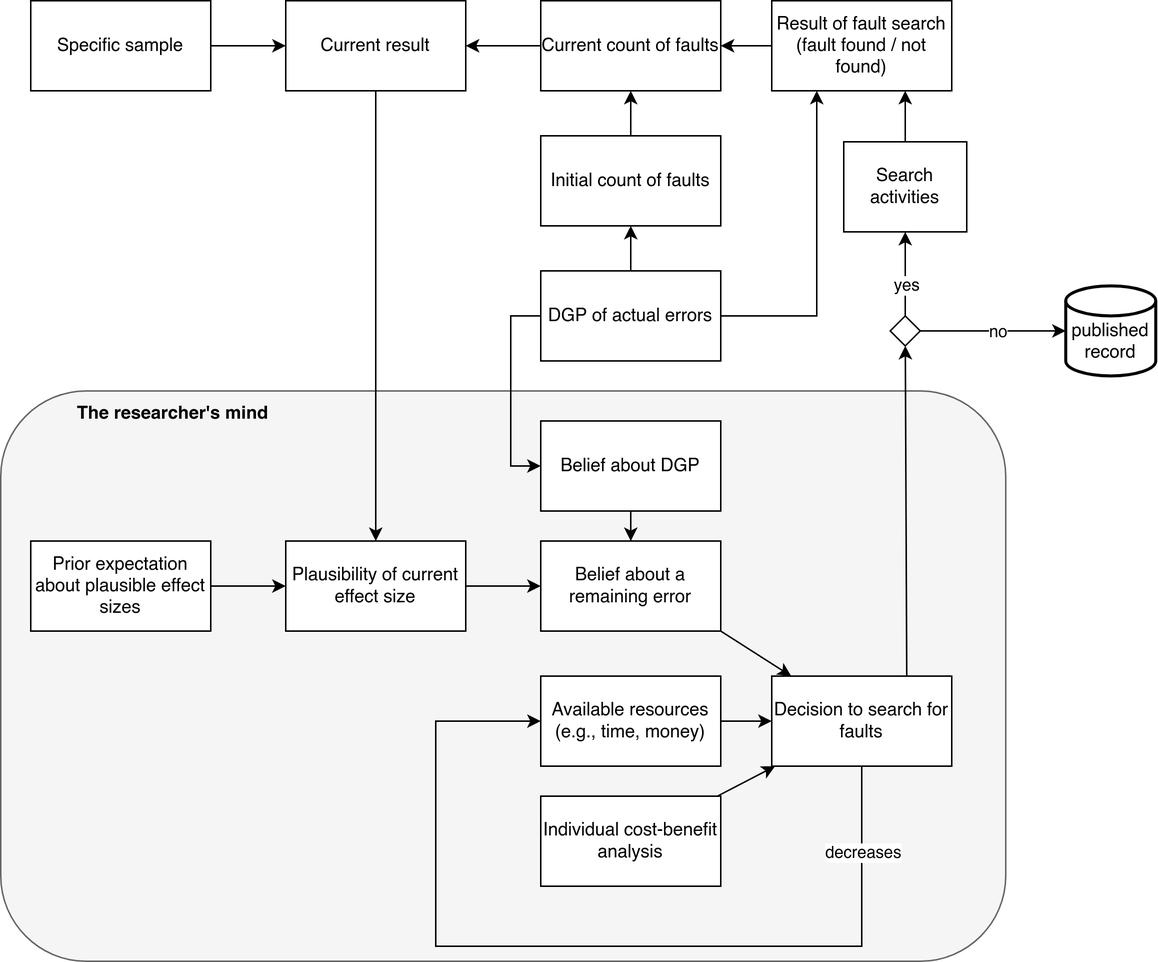
This is scientific_errors_VAST.drawio.png from nicebread/scientific_errors, a draw.io export, as it was before one commit. Source tidied: cells renumbered, new cells last; positions are measured from the earlier drawing's top-left corner, leaving out a move shared by most shapes.
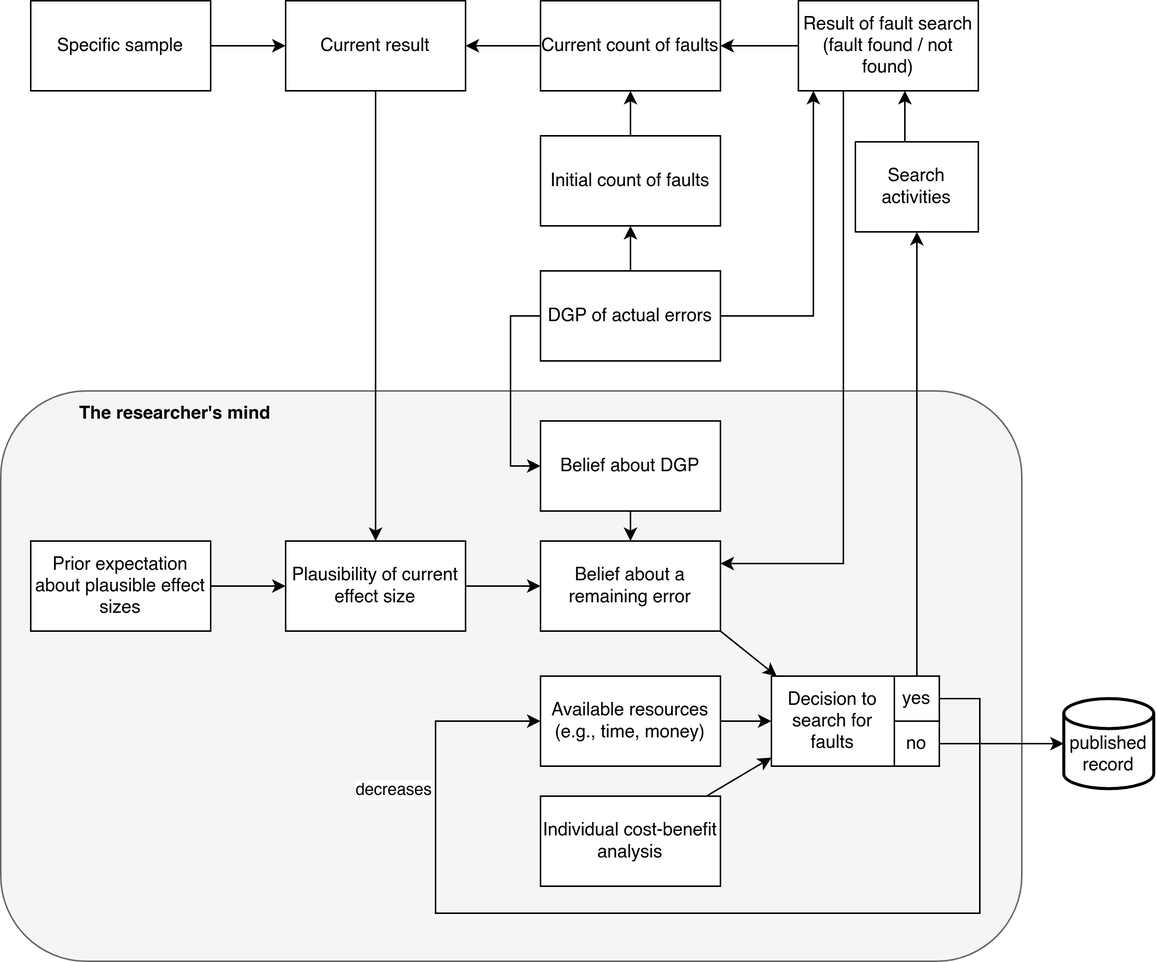
The same diagram one commit later.

Diff of the diagram source:
```diff
@@ -3,31 +3,34 @@
     <mxCell id="0" />
     <mxCell id="1" parent="0" />
     <mxCell id="2" style="group;" parent="1" vertex="1">
-      <mxGeometry y="260" width="670" height="380" as="geometry" />
+      <mxGeometry y="260" width="681" height="380" as="geometry" />
     </mxCell>
     <mxCell id="3" style="rounded=1;whiteSpace=wrap;html=1;fillColor=#f5f5f5;fontColor=#333333;strokeColor=#666666;" parent="2" vertex="1">
-      <mxGeometry width="670" height="380" as="geometry" />
+      <mxGeometry width="681" height="380" as="geometry" />
     </mxCell>
     <mxCell id="4" value="The researcher's mind" style="text;html=1;strokeColor=none;fillColor=none;align=center;verticalAlign=middle;whiteSpace=wrap;rounded=0;fontStyle=1;" parent="2" vertex="1">
-      <mxGeometry x="20" width="190" height="30" as="geometry" />
+      <mxGeometry x="20.3" width="193.1" height="30" as="geometry" />
     </mxCell>
     <mxCell id="5" value="Plausibility of current effect size" style="rounded=0;whiteSpace=wrap;html=1;" parent="1" vertex="1">
       <mxGeometry x="190" y="360" width="120" height="60" as="geometry" />
     </mxCell>
-    <mxCell id="6" style="edgeStyle=orthogonalEdgeStyle;rounded=0;jettySize=auto;html=1;exitX=0.5;exitY=1;exitDx=0;exitDy=0;entryX=0;entryY=0.5;entryDx=0;entryDy=0;" parent="1" edge="1" source="8" target="10">
+    <mxCell id="6" style="edgeStyle=orthogonalEdgeStyle;rounded=0;jettySize=auto;html=1;exitX=1;exitY=0.5;exitDx=0;exitDy=0;entryX=0;entryY=0.5;entryDx=0;entryDy=0;" parent="1" edge="1" source="21" target="10">
       <mxGeometry relative="1" as="geometry">
         <Array as="points">
-          <mxPoint x="574" y="630" />
-          <mxPoint x="290" y="630" />
+          <mxPoint x="653" y="465" />
+          <mxPoint x="653" y="608" />
+          <mxPoint x="290" y="608" />
           <mxPoint x="290" y="480" />
         </Array>
       </mxGeometry>
     </mxCell>
     <mxCell id="7" value="decreases" style="edgeLabel;html=1;align=center;verticalAlign=middle;" parent="6" vertex="1">
-      <mxGeometry x="-0.82" relative="1" as="geometry" />
+      <mxGeometry x="-0.82" relative="1" as="geometry">
+        <mxPoint x="-392" y="20" as="offset" />
+      </mxGeometry>
     </mxCell>
     <mxCell id="8" value="Decision to search for faults" style="rounded=0;whiteSpace=wrap;html=1;" parent="1" vertex="1">
-      <mxGeometry x="514" y="450" width="120" height="60" as="geometry" />
+      <mxGeometry x="514" y="450" width="82" height="60" as="geometry" />
     </mxCell>
     <mxCell id="9" style="endArrow=classic;html=1;rounded=0;exitX=1;exitY=1;exitDx=0;exitDy=0;" parent="1" edge="1" source="14" target="8">
       <mxGeometry relative="1" as="geometry" />
@@ -59,22 +62,23 @@
     <mxCell id="18" style="edgeStyle=orthogonalEdgeStyle;rounded=0;jettySize=auto;html=1;exitX=0;exitY=0.5;exitDx=0;exitDy=0;entryX=1;entryY=0.5;entryDx=0;entryDy=0;" parent="1" edge="1" source="19" target="41">
       <mxGeometry relative="1" as="geometry" />
     </mxCell>
+    <mxCell id="44" style="edgeStyle=orthogonalEdgeStyle;rounded=0;jettySize=auto;html=1;exitX=0.25;exitY=1;exitDx=0;exitDy=0;entryX=1;entryY=0.25;entryDx=0;entryDy=0;" parent="1" edge="1" source="19" target="14">
+      <mxGeometry relative="1" as="geometry" />
+    </mxCell>
     <mxCell id="19" value="Result of fault search&lt;br&gt;(fault found / not found)" style="rounded=0;whiteSpace=wrap;html=1;" parent="1" vertex="1">
-      <mxGeometry x="514" width="120" height="60" as="geometry" />
+      <mxGeometry x="532" width="120" height="60" as="geometry" />
     </mxCell>
-    <mxCell id="20" style="endArrow=classic;html=1;rounded=0;" parent="1" edge="1" source="33" target="43">
-      <mxGeometry relative="1" as="geometry" />
-    </mxCell>
-    <mxCell id="21" value="yes" style="edgeLabel;html=1;align=center;verticalAlign=middle;points=[];" parent="20" vertex="1">
-      <mxGeometry x="-0.25" y="5" relative="1" as="geometry">
-        <mxPoint x="5" as="offset" />
-      </mxGeometry>
-    </mxCell>
     <mxCell id="22" style="edgeStyle=orthogonalEdgeStyle;rounded=0;jettySize=auto;html=1;exitX=0;exitY=0.5;exitDx=0;exitDy=0;entryX=0;entryY=0.5;entryDx=0;entryDy=0;" parent="1" edge="1" source="25" target="37">
       <mxGeometry relative="1" as="geometry" />
     </mxCell>
-    <mxCell id="23" style="edgeStyle=orthogonalEdgeStyle;rounded=0;jettySize=auto;html=1;exitX=1;exitY=0.5;exitDx=0;exitDy=0;entryX=0.25;entryY=1;entryDx=0;entryDy=0;" parent="1" edge="1" source="25" target="19">
-      <mxGeometry relative="1" as="geometry" />
+    <mxCell id="23" style="edgeStyle=orthogonalEdgeStyle;rounded=0;jettySize=auto;html=1;exitX=1;exitY=0.5;exitDx=0;exitDy=0;" parent="1" edge="1" source="25">
+      <mxGeometry relative="1" as="geometry">
+        <mxPoint x="542" y="60" as="targetPoint" />
+        <Array as="points">
+          <mxPoint x="542" y="210" />
+          <mxPoint x="542" y="60" />
+        </Array>
+      </mxGeometry>
     </mxCell>
     <mxCell id="24" style="edgeStyle=orthogonalEdgeStyle;rounded=0;jettySize=auto;html=1;exitX=0.5;exitY=0;exitDx=0;exitDy=0;entryX=0.5;entryY=1;entryDx=0;entryDy=0;" parent="1" edge="1" source="25" target="39">
       <mxGeometry relative="1" as="geometry" />
@@ -94,22 +98,12 @@
     <mxCell id="29" style="edgeStyle=none;jettySize=auto;html=1;rounded=0;" parent="1" edge="1" source="28" target="26">
       <mxGeometry relative="1" as="geometry" />
     </mxCell>
-    <mxCell id="30" style="edgeStyle=none;jettySize=auto;html=1;rounded=0;exitX=1;exitY=0.5;exitDx=0;exitDy=0;" parent="1" edge="1" source="33">
-      <mxGeometry relative="1" as="geometry">
-        <mxPoint x="710" y="220" as="targetPoint" />
-      </mxGeometry>
+    <mxCell id="30" style="edgeStyle=none;jettySize=auto;html=1;rounded=0;entryX=0;entryY=0.5;entryDx=0;entryDy=0;entryPerimeter=0;" parent="1" edge="1" source="31" target="35">
+      <mxGeometry relative="1" as="geometry" />
     </mxCell>
-    <mxCell id="31" value="no" style="edgeLabel;html=1;align=center;verticalAlign=middle;points=[];" parent="30" vertex="1">
-      <mxGeometry x="0.05" y="-1" relative="1" as="geometry">
-        <mxPoint y="-1" as="offset" />
-      </mxGeometry>
-    </mxCell>
-    <mxCell id="32" style="endArrow=classic;html=1;rounded=0;exitX=0.75;exitY=0;exitDx=0;exitDy=0;" parent="1" edge="1" source="8" target="33">
+    <mxCell id="32" style="endArrow=classic;html=1;rounded=0;exitX=0.5;exitY=0;exitDx=0;exitDy=0;entryX=0.5;entryY=1;entryDx=0;entryDy=0;" parent="1" edge="1" source="21" target="43">
       <mxGeometry relative="1" as="geometry" />
     </mxCell>
-    <mxCell id="33" style="rhombus;whiteSpace=wrap;html=1;" parent="1" vertex="1">
-      <mxGeometry x="593" y="210" width="20" height="20" as="geometry" />
-    </mxCell>
     <mxCell id="34" style="edgeStyle=none;orthogonalLoop=1;jettySize=auto;html=1;rounded=0;" parent="1" edge="1">
       <mxGeometry relative="1" as="geometry">
         <mxPoint x="570" y="220" as="sourcePoint" />
@@ -117,7 +111,7 @@
       </mxGeometry>
     </mxCell>
     <mxCell id="35" value="&lt;br&gt;published record" style="strokeWidth=2;html=1;shape=mxgraph.flowchart.database;whiteSpace=wrap;" parent="1" vertex="1">
-      <mxGeometry x="710" y="190" width="60" height="60" as="geometry" />
+      <mxGeometry x="709" y="465" width="60" height="60" as="geometry" />
     </mxCell>
     <mxCell id="36" style="edgeStyle=orthogonalEdgeStyle;rounded=0;jettySize=auto;html=1;" parent="1" edge="1" source="37" target="14">
       <mxGeometry relative="1" as="geometry" />
@@ -146,7 +140,13 @@
       </mxGeometry>
     </mxCell>
     <mxCell id="43" value="Search activities" style="rounded=0;whiteSpace=wrap;html=1;" parent="1" vertex="1">
-      <mxGeometry x="562" y="94" width="82" height="60" as="geometry" />
+      <mxGeometry x="570" y="94" width="82" height="60" as="geometry" />
     </mxCell>
+    <mxCell id="21" value="yes" style="rounded=0;whiteSpace=wrap;html=1;" parent="1" vertex="1">
+      <mxGeometry x="596" y="450" width="30" height="30" as="geometry" />
+    </mxCell>
+    <mxCell id="31" value="no" style="rounded=0;whiteSpace=wrap;html=1;" parent="1" vertex="1">
+      <mxGeometry x="596" y="480" width="30" height="30" as="geometry" />
+    </mxCell>
   </root>
 </mxGraphModel>
```
